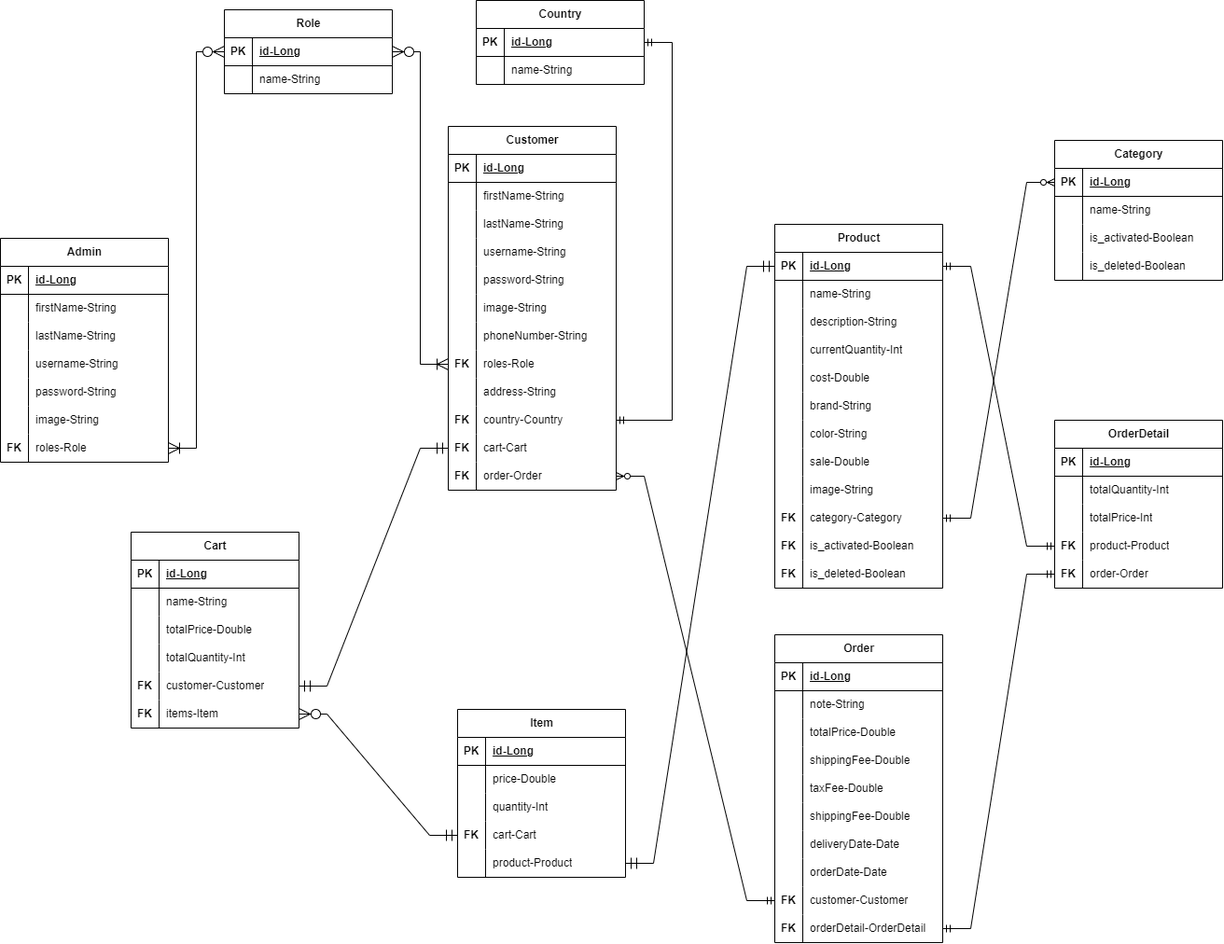
Earlier version of the draw.io export Ecommerce.png (tmt203/SpringCommerce). Source tidied: cells renumbered, new cells last; positions are measured from the earlier drawing's top-left corner, leaving out a move shared by most shapes.
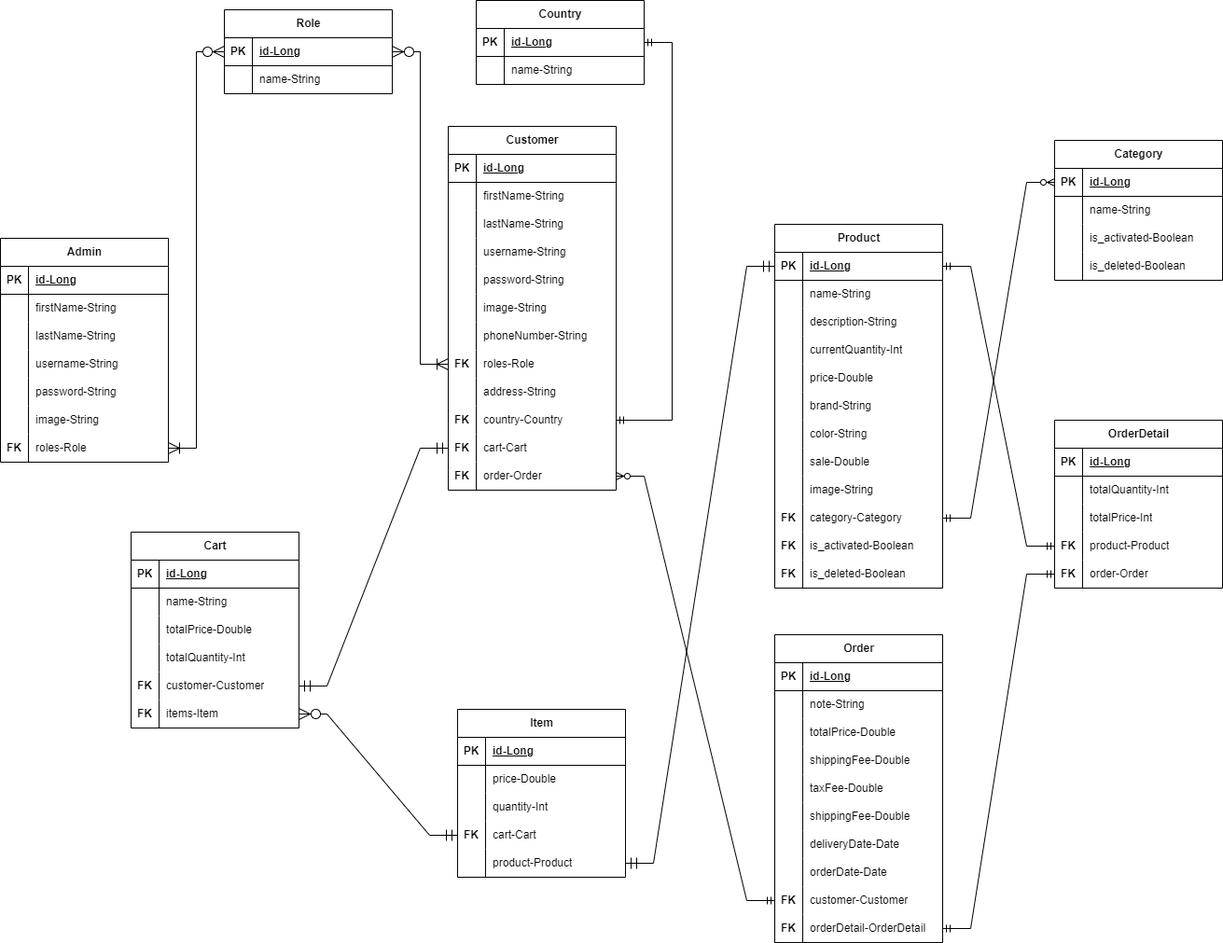
After the commit.

Change to the diagram source:
```diff
@@ -386,7 +386,7 @@
     <mxCell id="129" style="shape=partialRectangle;fillColor=none;top=0;left=0;bottom=0;right=0;overflow=hidden;whiteSpace=wrap;html=1;" parent="128" vertex="1">
       <mxGeometry width="30" height="30" as="geometry" />
     </mxCell>
-    <mxCell id="130" value="cost-Double" style="shape=partialRectangle;fillColor=none;top=0;left=0;bottom=0;right=0;align=left;spacingLeft=6;overflow=hidden;whiteSpace=wrap;html=1;" parent="128" vertex="1">
+    <mxCell id="130" value="price-Double" style="shape=partialRectangle;fillColor=none;top=0;left=0;bottom=0;right=0;align=left;spacingLeft=6;overflow=hidden;whiteSpace=wrap;html=1;" parent="128" vertex="1">
       <mxGeometry x="30" width="150" height="30" as="geometry" />
     </mxCell>
     <mxCell id="131" style="shape=tableRow;horizontal=0;startSize=0;swimlaneHead=0;swimlaneBody=0;fillColor=none;top=0;left=0;right=0;bottom=0;" parent="115" vertex="1">
```
